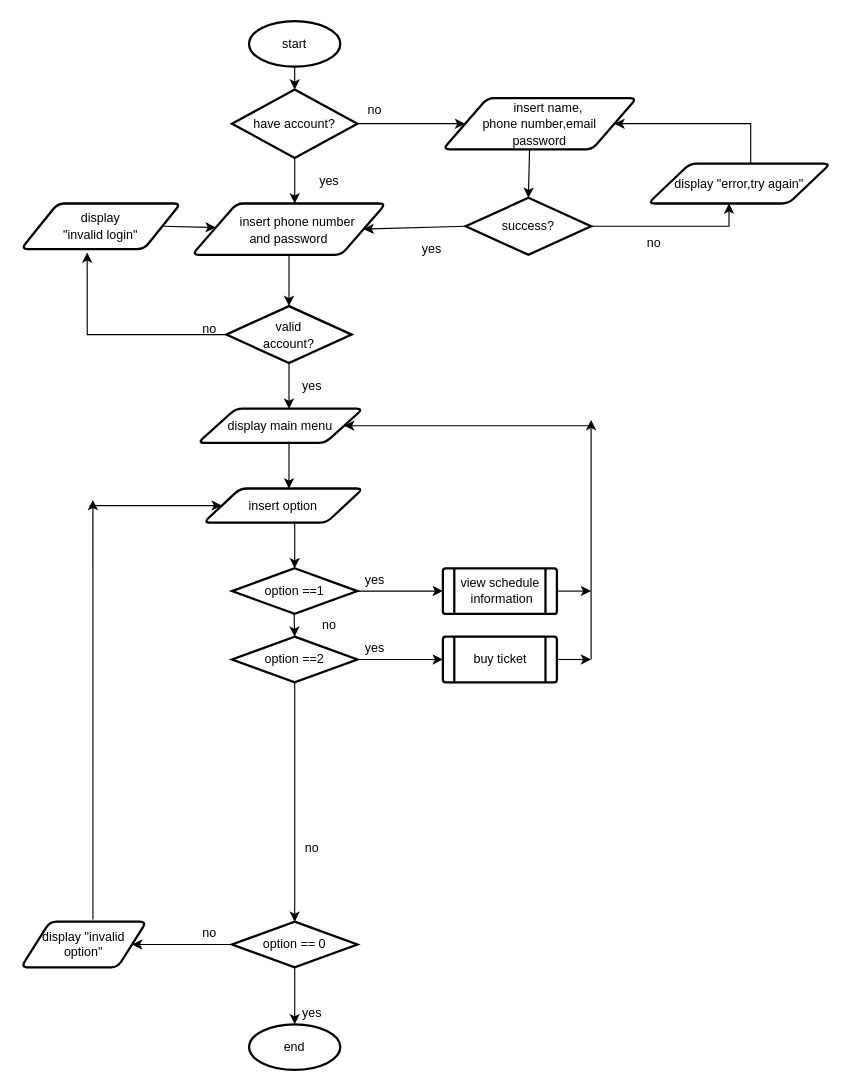
The draw.io diagram page "Page-4" (4 of 7) of Exercise1ClassDiagram.drawio in abby18abby/week-2-class-diagram, before the edit. Source tidied: cells renumbered, new cells numbered last; positions are measured from the earlier drawing's top-left corner, leaving out a move shared by most shapes. Both pictures are drawn from the tidied source at 114%, with x=0, y=0 at pixel (21, 21).
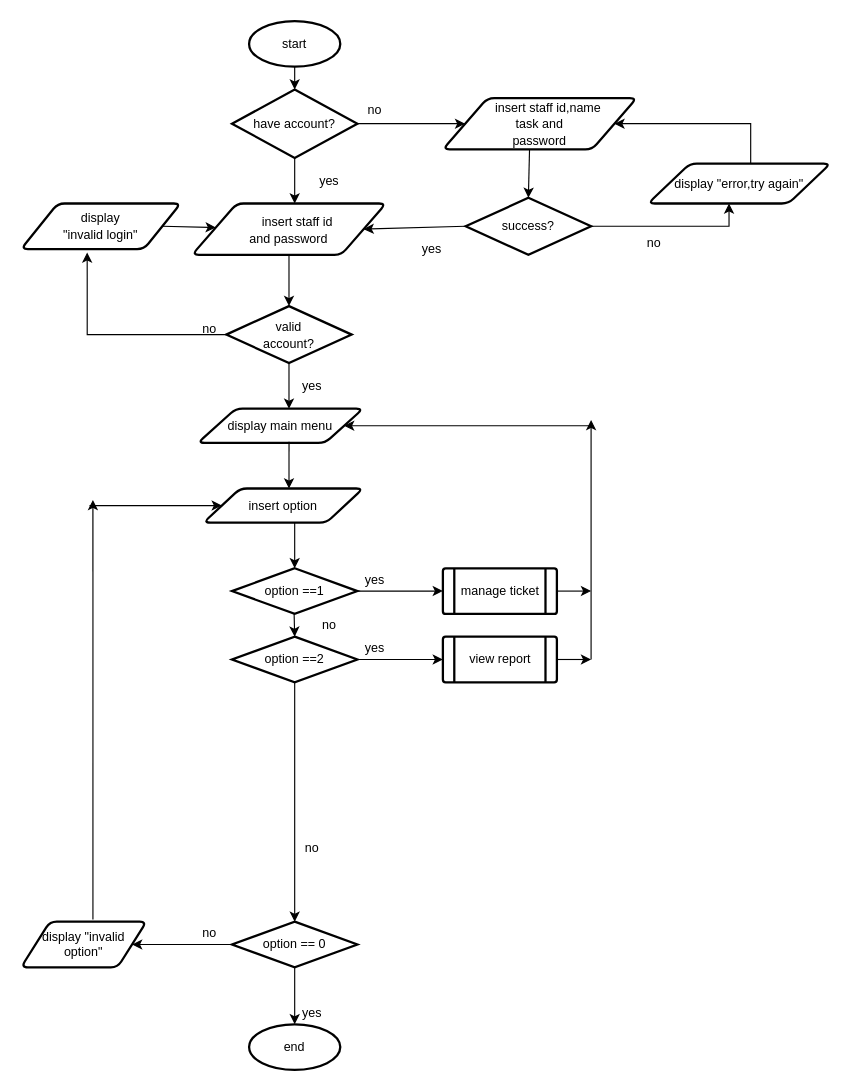
Above is the later version.

What changed in the source:
```diff
@@
-    <mxCell id="4" value="&lt;font style=&quot;font-size: 11px&quot;&gt;&amp;nbsp; &amp;nbsp; &amp;nbsp;insert name,&lt;br&gt;phone number,email&lt;br&gt;password&lt;/font&gt;" style="shape=parallelogram;html=1;strokeWidth=2;perimeter=parallelogramPerimeter;whiteSpace=wrap;rounded=1;arcSize=12;size=0.23;" parent="1" vertex="1">
+    <mxCell id="4" value="&lt;font style=&quot;font-size: 11px&quot;&gt;&amp;nbsp; &amp;nbsp; &amp;nbsp;insert staff id,name&lt;br&gt;task and&lt;br&gt;password&lt;/font&gt;" style="shape=parallelogram;html=1;strokeWidth=2;perimeter=parallelogramPerimeter;whiteSpace=wrap;rounded=1;arcSize=12;size=0.23;" parent="1" vertex="1">
       <mxGeometry x="370" y="67.5" width="170" height="45" as="geometry" />
     </mxCell>
@@
-    <mxCell id="6" value="&lt;font style=&quot;font-size: 11px&quot;&gt;&amp;nbsp; &amp;nbsp; &amp;nbsp;insert phone number&lt;br&gt;and password&lt;/font&gt;" style="shape=parallelogram;html=1;strokeWidth=2;perimeter=parallelogramPerimeter;whiteSpace=wrap;rounded=1;arcSize=12;size=0.23;" parent="1" vertex="1">
+    <mxCell id="6" value="&lt;font style=&quot;font-size: 11px&quot;&gt;&amp;nbsp; &amp;nbsp; &amp;nbsp;insert staff id&lt;br&gt;and password&lt;/font&gt;" style="shape=parallelogram;html=1;strokeWidth=2;perimeter=parallelogramPerimeter;whiteSpace=wrap;rounded=1;arcSize=12;size=0.23;" parent="1" vertex="1">
       <mxGeometry x="150" y="160" width="170" height="45" as="geometry" />
     </mxCell>
@@
-    <mxCell id="16" value="view schedule&lt;br&gt;&amp;nbsp;information" style="text;html=1;align=center;verticalAlign=middle;strokeColor=none;fillColor=none;fontSize=11;" parent="1" vertex="1">
-      <mxGeometry x="380" y="485" width="80" height="30" as="geometry" />
+    <mxCell id="16" value="manage ticket" style="text;html=1;align=center;verticalAlign=middle;strokeColor=none;fillColor=none;fontSize=11;" parent="1" vertex="1">
+      <mxGeometry x="380" y="490" width="80" height="20" as="geometry" />
     </mxCell>
@@
-    <mxCell id="18" value="buy ticket" style="text;html=1;align=center;verticalAlign=middle;strokeColor=none;fillColor=none;fontSize=11;" parent="1" vertex="1">
-      <mxGeometry x="390" y="550" width="60" height="20" as="geometry" />
+    <mxCell id="18" value="view report" style="text;html=1;align=center;verticalAlign=middle;strokeColor=none;fillColor=none;fontSize=11;" parent="1" vertex="1">
+      <mxGeometry x="385" y="550" width="70" height="20" as="geometry" />
     </mxCell>
```
